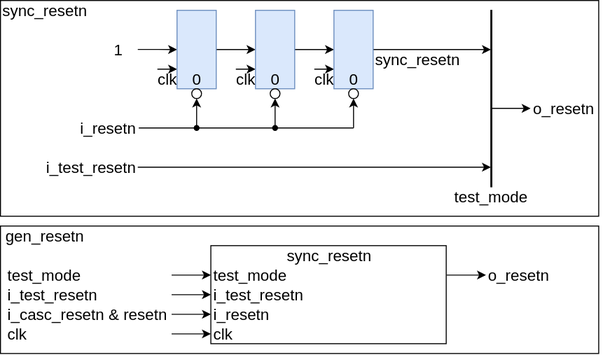
jnjnliwenjie0022/obs keeps this draw.io diagram as de/platform_clk_resetn_gen/platform_resetn/include/resetn_design 1.svg. Above is the earlier version. Source tidied: cells renumbered, new cells last; positions are measured from the earlier drawing's top-left corner, leaving out a move shared by most shapes.
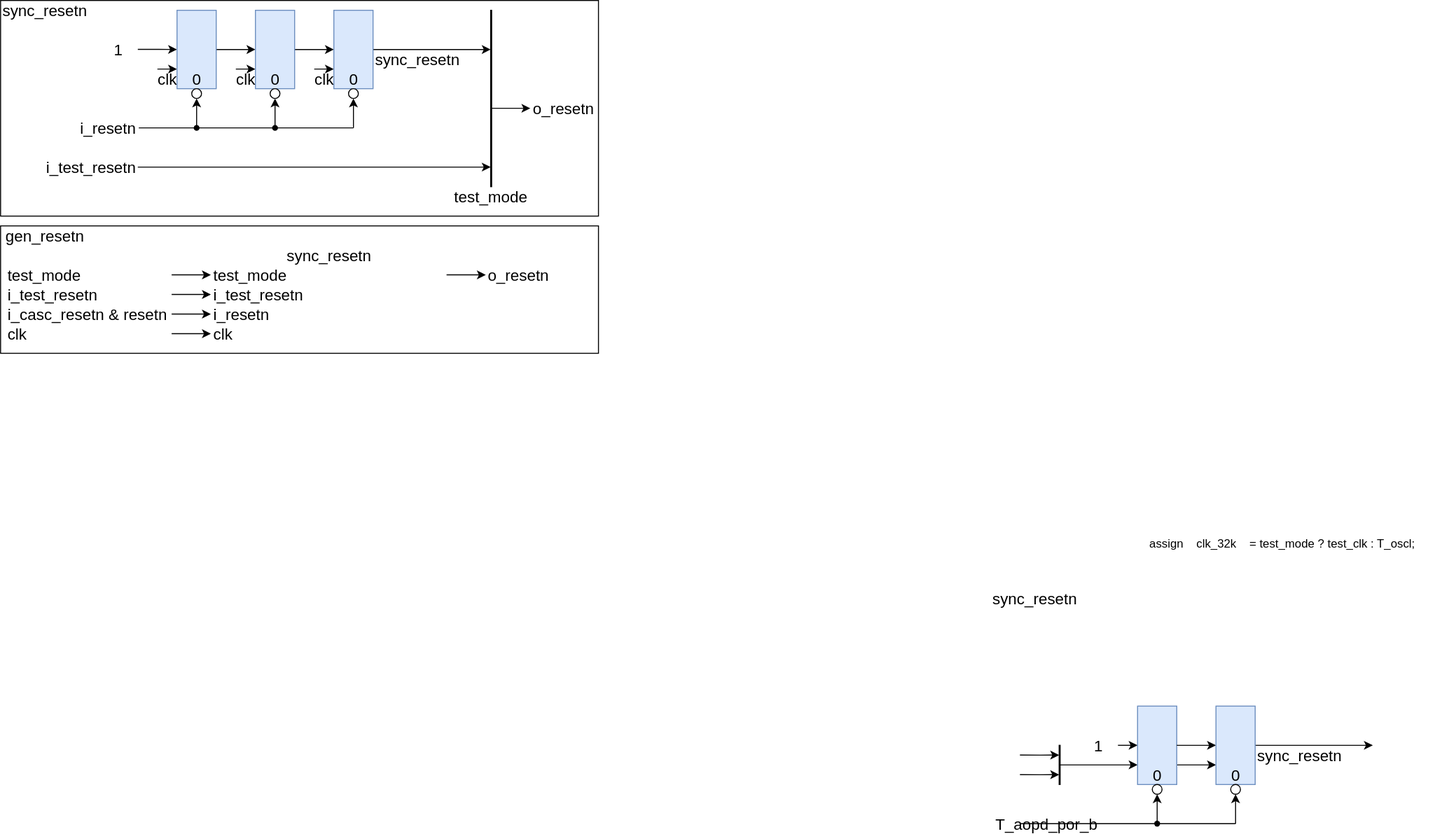
Above is the later version.

What changed in the source:
```diff
@@ -2,6 +2,9 @@
   <root>
     <mxCell id="0" />
     <mxCell id="1" parent="0" />
+    <mxCell id="56" style="rounded=0;jettySize=auto;html=1;exitX=0;exitY=0.75;exitDx=0;exitDy=0;entryX=0;entryY=0.75;entryDx=0;entryDy=0;" parent="1" edge="1" source="60" target="64">
+      <mxGeometry relative="1" as="geometry" />
+    </mxCell>
     <mxCell id="2" style="rounded=0;whiteSpace=wrap;html=1;fontSize=16;" parent="1" vertex="1">
       <mxGeometry y="230" width="610" height="130" as="geometry" />
     </mxCell>
@@ -139,9 +142,6 @@
     <mxCell id="38" value="sync_resetn" style="rounded=0;whiteSpace=wrap;html=1;fontSize=16;fillColor=none;strokeColor=none;align=center;" parent="1" vertex="1">
       <mxGeometry width="90" height="20" as="geometry" />
     </mxCell>
-    <mxCell id="39" style="rounded=0;whiteSpace=wrap;html=1;fontSize=16;" parent="1" vertex="1">
-      <mxGeometry x="214.5" y="250" width="240" height="100" as="geometry" />
-    </mxCell>
     <mxCell id="40" value="sync_resetn" style="rounded=0;whiteSpace=wrap;html=1;fontSize=16;fillColor=none;strokeColor=none;align=center;" parent="1" vertex="1">
       <mxGeometry x="289.5" y="250" width="90" height="20" as="geometry" />
     </mxCell>
@@ -201,5 +201,91 @@
     <mxCell id="55" value="gen_resetn" style="rounded=0;whiteSpace=wrap;html=1;fontSize=16;fillColor=none;strokeColor=none;align=center;" parent="1" vertex="1">
       <mxGeometry y="230" width="90" height="20" as="geometry" />
     </mxCell>
+    <mxCell id="57" style="edgeStyle=orthogonalEdgeStyle;rounded=0;jettySize=auto;html=1;entryX=0;entryY=0.5;entryDx=0;entryDy=0;" parent="1" edge="1" target="60">
+      <mxGeometry relative="1" as="geometry">
+        <mxPoint x="1140" y="760" as="sourcePoint" />
+      </mxGeometry>
+    </mxCell>
+    <mxCell id="58" style="edgeStyle=orthogonalEdgeStyle;rounded=0;orthogonalLoop=1;jettySize=auto;html=1;exitX=0.5;exitY=1;exitDx=0;exitDy=0;" parent="1" edge="1">
+      <mxGeometry relative="1" as="geometry">
+        <mxPoint x="1180" y="840" as="sourcePoint" />
+        <mxPoint x="1180" y="810" as="targetPoint" />
+      </mxGeometry>
+    </mxCell>
+    <mxCell id="59" style="edgeStyle=orthogonalEdgeStyle;rounded=0;jettySize=auto;html=1;entryX=0;entryY=0.75;entryDx=0;entryDy=0;" parent="1" edge="1" target="60">
+      <mxGeometry relative="1" as="geometry">
+        <mxPoint x="1080" y="780" as="sourcePoint" />
+      </mxGeometry>
+    </mxCell>
+    <mxCell id="60" style="rounded=0;whiteSpace=wrap;html=1;fontSize=16;fillColor=#dae8fc;strokeColor=#6c8ebf;" parent="1" vertex="1">
+      <mxGeometry x="1160" y="720" width="40" height="80" as="geometry" />
+    </mxCell>
+    <mxCell id="61" style="edgeStyle=orthogonalEdgeStyle;rounded=0;jettySize=auto;html=1;exitX=1;exitY=0.5;exitDx=0;exitDy=0;entryX=0;entryY=0.5;entryDx=0;entryDy=0;" parent="1" edge="1" source="60" target="64">
+      <mxGeometry relative="1" as="geometry" />
+    </mxCell>
+    <mxCell id="62" style="edgeStyle=orthogonalEdgeStyle;rounded=0;jettySize=auto;html=1;exitX=1;exitY=0.5;exitDx=0;exitDy=0;" parent="1" edge="1" source="64">
+      <mxGeometry relative="1" as="geometry">
+        <mxPoint x="1400" y="760" as="targetPoint" />
+      </mxGeometry>
+    </mxCell>
+    <mxCell id="63" style="edgeStyle=orthogonalEdgeStyle;rounded=0;jettySize=auto;html=1;exitX=0.5;exitY=1;exitDx=0;exitDy=0;entryX=0.5;entryY=1;entryDx=0;entryDy=0;" parent="1" edge="1" target="73">
+      <mxGeometry relative="1" as="geometry">
+        <mxPoint x="1260" y="840" as="sourcePoint" />
+      </mxGeometry>
+    </mxCell>
+    <mxCell id="64" style="rounded=0;whiteSpace=wrap;html=1;fontSize=16;fillColor=#dae8fc;strokeColor=#6c8ebf;" parent="1" vertex="1">
+      <mxGeometry x="1240" y="720" width="40" height="80" as="geometry" />
+    </mxCell>
+    <mxCell id="65" value="1" style="rounded=0;whiteSpace=wrap;html=1;fontSize=16;fillColor=none;strokeColor=none;" parent="1" vertex="1">
+      <mxGeometry x="1100" y="740" width="40" height="40" as="geometry" />
+    </mxCell>
+    <mxCell id="66" style="edgeStyle=orthogonalEdgeStyle;rounded=0;orthogonalLoop=1;jettySize=auto;html=1;endArrow=none;endFill=0;" parent="1" edge="1">
+      <mxGeometry relative="1" as="geometry">
+        <mxPoint x="1041" y="840" as="sourcePoint" />
+        <mxPoint x="1260" y="840" as="targetPoint" />
+      </mxGeometry>
+    </mxCell>
+    <mxCell id="67" style="shape=waypoint;sketch=0;size=6;fillColor=none;perimeter=centerPerimeter;" parent="1" vertex="1">
+      <mxGeometry x="1170" y="830" width="20" height="20" as="geometry" />
+    </mxCell>
+    <mxCell id="68" value="T_aopd_por_b" style="rounded=0;whiteSpace=wrap;html=1;fontSize=16;fillColor=none;strokeColor=none;align=right;" parent="1" vertex="1">
+      <mxGeometry x="1040.5" y="830" width="80" height="20" as="geometry" />
+    </mxCell>
+    <mxCell id="69" value="sync_resetn" style="rounded=0;whiteSpace=wrap;html=1;fontSize=16;fillColor=none;strokeColor=none;align=left;" parent="1" vertex="1">
+      <mxGeometry x="1280" y="760" width="80" height="20" as="geometry" />
+    </mxCell>
+    <mxCell id="70" value="0" style="rounded=0;whiteSpace=wrap;html=1;fontSize=16;fillColor=none;strokeColor=none;align=center;" parent="1" vertex="1">
+      <mxGeometry x="1170" y="780" width="20" height="20" as="geometry" />
+    </mxCell>
+    <mxCell id="71" value="0" style="rounded=0;whiteSpace=wrap;html=1;fontSize=16;fillColor=none;strokeColor=none;align=center;" parent="1" vertex="1">
+      <mxGeometry x="1250" y="780" width="20" height="20" as="geometry" />
+    </mxCell>
+    <mxCell id="72" style="ellipse;whiteSpace=wrap;html=1;" parent="1" vertex="1">
+      <mxGeometry x="1175" y="800" width="10" height="10" as="geometry" />
+    </mxCell>
+    <mxCell id="73" style="ellipse;whiteSpace=wrap;html=1;" parent="1" vertex="1">
+      <mxGeometry x="1255" y="800" width="10" height="10" as="geometry" />
+    </mxCell>
+    <mxCell id="74" value="sync_resetn" style="rounded=0;whiteSpace=wrap;html=1;fontSize=16;fillColor=none;strokeColor=none;align=center;" parent="1" vertex="1">
+      <mxGeometry x="1010" y="600" width="90" height="20" as="geometry" />
+    </mxCell>
+    <mxCell id="75" value="assign    clk_32k    = test_mode ? test_clk : T_oscl;" style="text;whiteSpace=wrap;" parent="1" vertex="1">
+      <mxGeometry x="1170" y="540" width="300" height="40" as="geometry" />
+    </mxCell>
+    <mxCell id="76" style="edgeStyle=orthogonalEdgeStyle;rounded=0;orthogonalLoop=1;jettySize=auto;html=1;entryX=0;entryY=0.25;entryDx=0;entryDy=0;" parent="1" edge="1">
+      <mxGeometry relative="1" as="geometry">
+        <mxPoint x="1040" y="770" as="sourcePoint" />
+        <mxPoint x="1080" y="770" as="targetPoint" />
+      </mxGeometry>
+    </mxCell>
+    <mxCell id="77" style="edgeStyle=orthogonalEdgeStyle;rounded=0;orthogonalLoop=1;jettySize=auto;html=1;entryX=0;entryY=0.75;entryDx=0;entryDy=0;" parent="1" edge="1">
+      <mxGeometry relative="1" as="geometry">
+        <mxPoint x="1040" y="790" as="sourcePoint" />
+        <mxPoint x="1080" y="790" as="targetPoint" />
+      </mxGeometry>
+    </mxCell>
+    <mxCell id="78" style="rounded=0;whiteSpace=wrap;html=1;fontSize=16;fillColor=#000000;" parent="1" vertex="1">
+      <mxGeometry x="1080" y="760" width="1" height="40" as="geometry" />
+    </mxCell>
   </root>
 </mxGraphModel>
```
